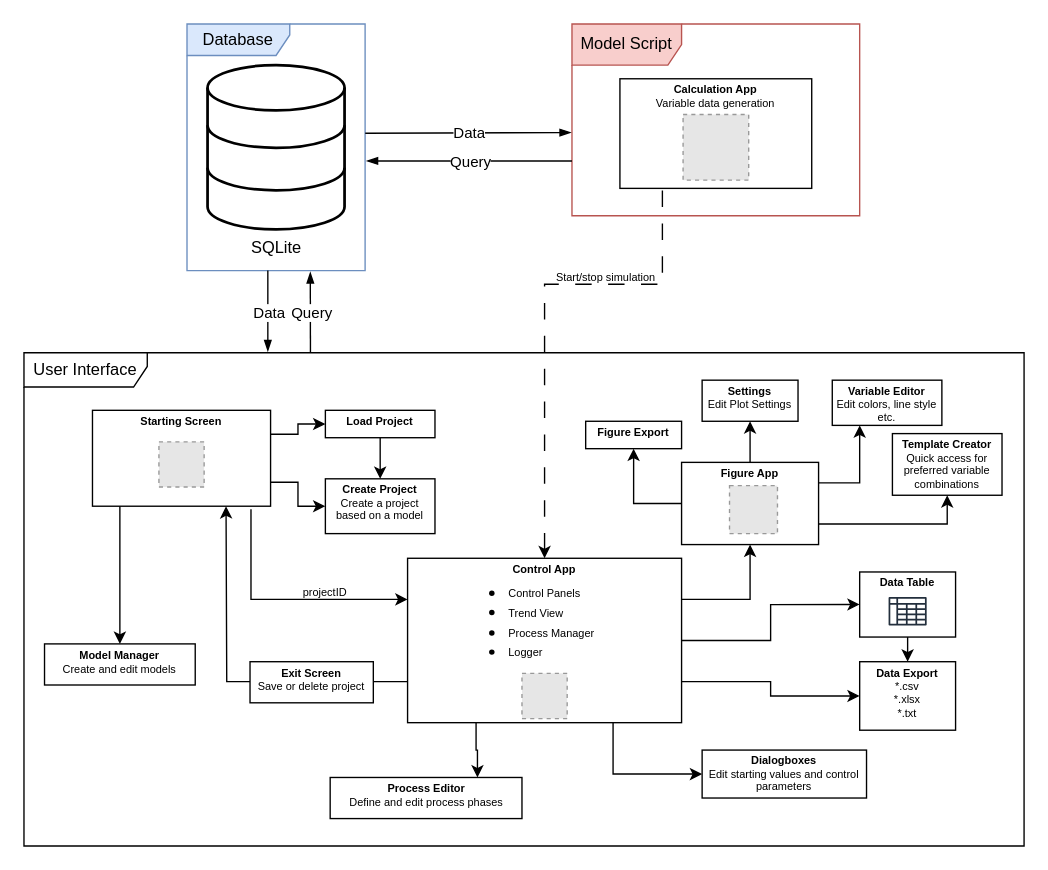
This is Software Structure.drawio from Yumatlab/bioprocesssimulation, a draw.io file, before an edit. Source tidied: cells renumbered, new cells numbered last; positions are measured from the earlier drawing's top-left corner, leaving out a move shared by most shapes. Both pictures are drawn from the tidied source at 137%, with x=0, y=0 at pixel (23, 23). Pictures stored in the file or linked from it are replaced by grey dashed boxes.
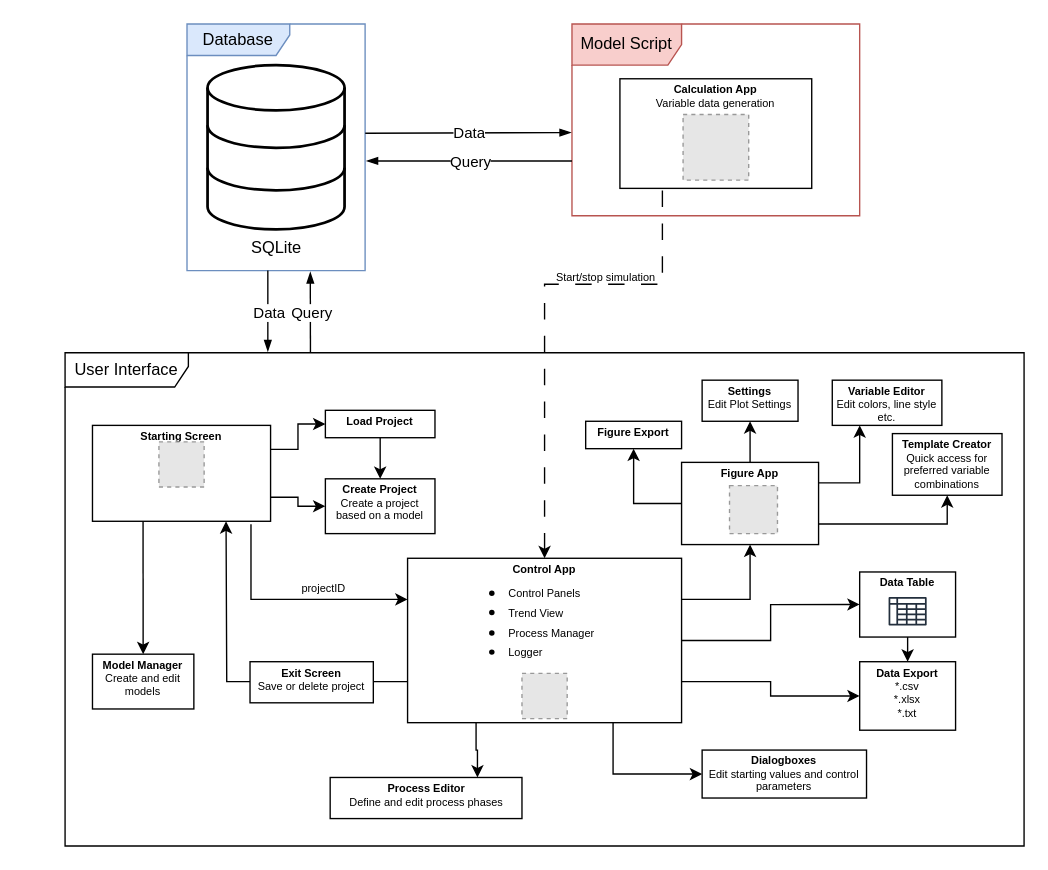
After the change.

The edit, as a diff of the source:
```diff
@@
-    <mxCell id="4" style="edgeStyle=orthogonalEdgeStyle;rounded=0;jettySize=auto;html=1;exitX=0.163;exitY=0.987;exitDx=0;exitDy=0;entryX=0.5;entryY=0;entryDx=0;entryDy=0;exitPerimeter=0;" parent="1" edge="1" source="6" target="23">
-      <mxGeometry relative="1" as="geometry">
-        <Array as="points">
-          <mxPoint x="70" y="329" />
-          <mxPoint x="70" y="452" />
-        </Array>
-      </mxGeometry>
-    </mxCell>
@@
     <mxCell id="6" value="&lt;p style=&quot;margin: 4px 0px 0px; text-align: center; font-size: 8px;&quot;&gt;&lt;b style=&quot;font-size: 8px;&quot;&gt;Starting Screen&lt;/b&gt;&lt;/p&gt;" style="verticalAlign=top;align=left;overflow=fill;html=1;whiteSpace=wrap;fontSize=8;" parent="1" vertex="1">
-      <mxGeometry x="50" y="282" width="130" height="70" as="geometry" />
+      <mxGeometry x="50" y="293" width="130" height="70" as="geometry" />
     </mxCell>
@@
     <mxCell id="20" value="&lt;font style=&quot;font-size: 12px;&quot;&gt;User Interface&lt;/font&gt;" style="shape=umlFrame;whiteSpace=wrap;html=1;width=90;height=25;fontSize=8;" parent="1" vertex="1">
-      <mxGeometry y="240" width="730" height="360" as="geometry" />
+      <mxGeometry x="30" y="240" width="700" height="360" as="geometry" />
     </mxCell>
@@
     <mxCell id="23" value="&lt;p style=&quot;margin: 4px 0px 0px; text-align: center; font-size: 8px;&quot;&gt;&lt;b style=&quot;font-size: 8px;&quot;&gt;Model Manager&lt;/b&gt;&lt;br style=&quot;font-size: 8px;&quot;&gt;&lt;font style=&quot;font-size: 8px;&quot;&gt;Create and edit models&lt;/font&gt;&lt;/p&gt;" style="verticalAlign=top;align=left;overflow=fill;html=1;whiteSpace=wrap;fontSize=8;" parent="1" vertex="1">
-      <mxGeometry x="15" y="452.5" width="110" height="30" as="geometry" />
+      <mxGeometry x="50" y="460" width="74" height="40" as="geometry" />
     </mxCell>
@@
     <mxCell id="37" value="projectID" style="text;html=1;align=center;verticalAlign=middle;whiteSpace=wrap;rounded=0;fontSize=8;" parent="1" vertex="1">
-      <mxGeometry x="190" y="408" width="60" height="13" as="geometry" />
+      <mxGeometry x="189" y="405.2" width="60" height="13" as="geometry" />
     </mxCell>
@@
+    <mxCell id="4" style="endArrow=classic;html=1;rounded=0;entryX=0.5;entryY=0;entryDx=0;entryDy=0;exitX=0.284;exitY=1;exitDx=0;exitDy=0;exitPerimeter=0;" parent="1" edge="1" source="6" target="23">
+      <mxGeometry relative="1" as="geometry" />
+    </mxCell>
```
